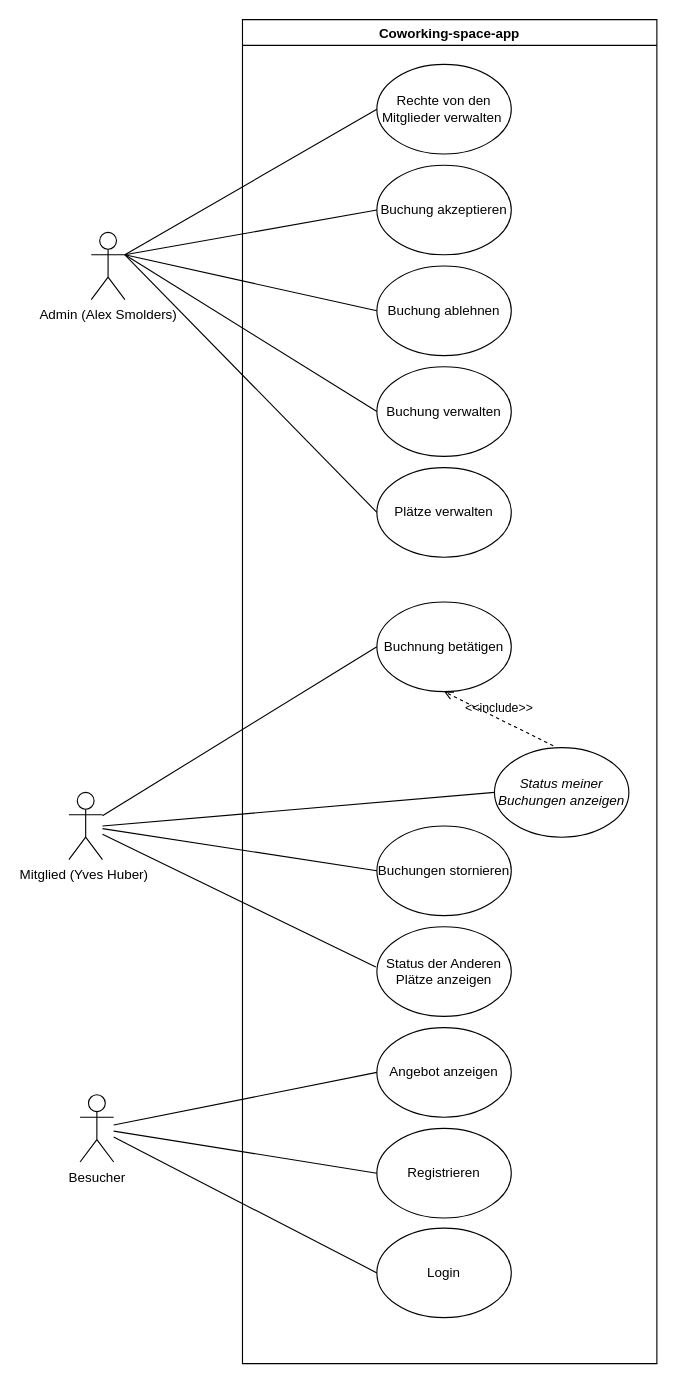
AlMaSm7/223_final_project keeps this draw.io diagram as Project_analyse/use-case.drawio. Above is the earlier version. Source tidied: cells renumbered, new cells numbered last; positions are measured from the earlier drawing's top-left corner, leaving out a move shared by most shapes. Both pictures are drawn from the tidied source at 112%, with x=0, y=0 at pixel (68, 19).
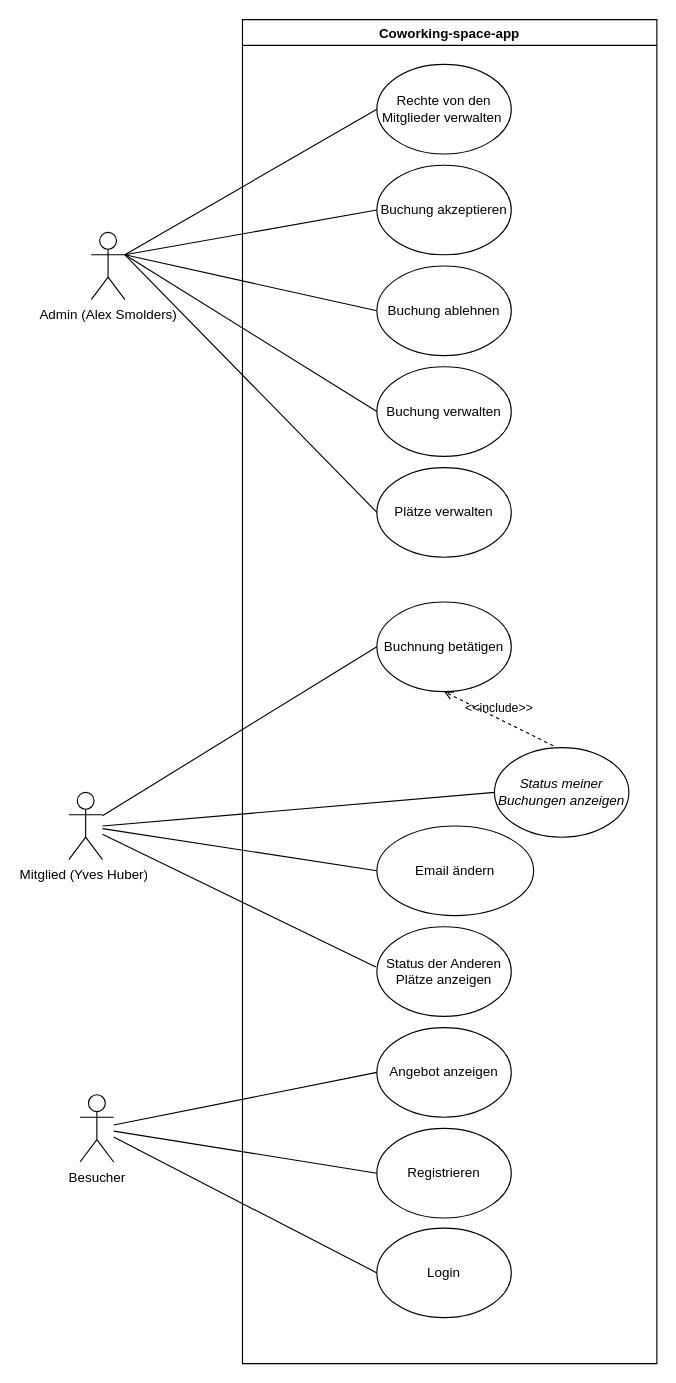
The same page after the edit.

Unchanged cells that the change refers to:
```xml
<mxCell id="2" value="Coworking-space-app" style="swimlane;" parent="1" vertex="1">
  <mxGeometry x="155" width="370" height="1200" as="geometry" />
</mxCell>
```

The edit, as a diff of the source:
```diff
@@
-    <mxCell id="6" value="Buchungen stornieren" style="ellipse;whiteSpace=wrap;html=1;" parent="2" vertex="1">
-      <mxGeometry x="120" y="720" width="120" height="80" as="geometry" />
+    <mxCell id="6" value="Email ändern" style="ellipse;whiteSpace=wrap;html=1;" parent="2" vertex="1">
+      <mxGeometry x="120" y="720" width="140" height="80" as="geometry" />
     </mxCell>
```
